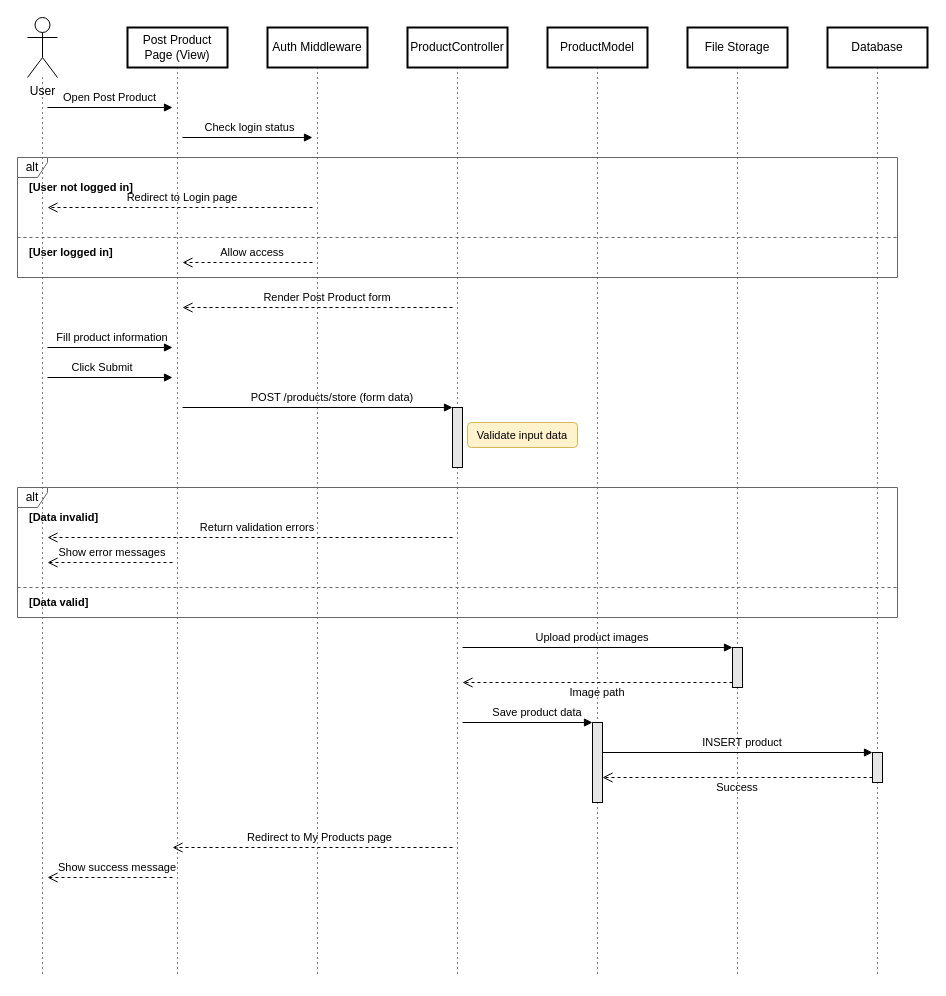
tdat-dev/UniMarket keeps this draw.io diagram as docs/diagrams/product_create_sequence_diagram.drawio. Above is the earlier version. Source tidied: cells renumbered, new cells numbered last; positions are measured from the earlier drawing's top-left corner, leaving out a move shared by most shapes. Both pictures are drawn from the tidied source at 100%, with x=0, y=0 at pixel (17, 17).
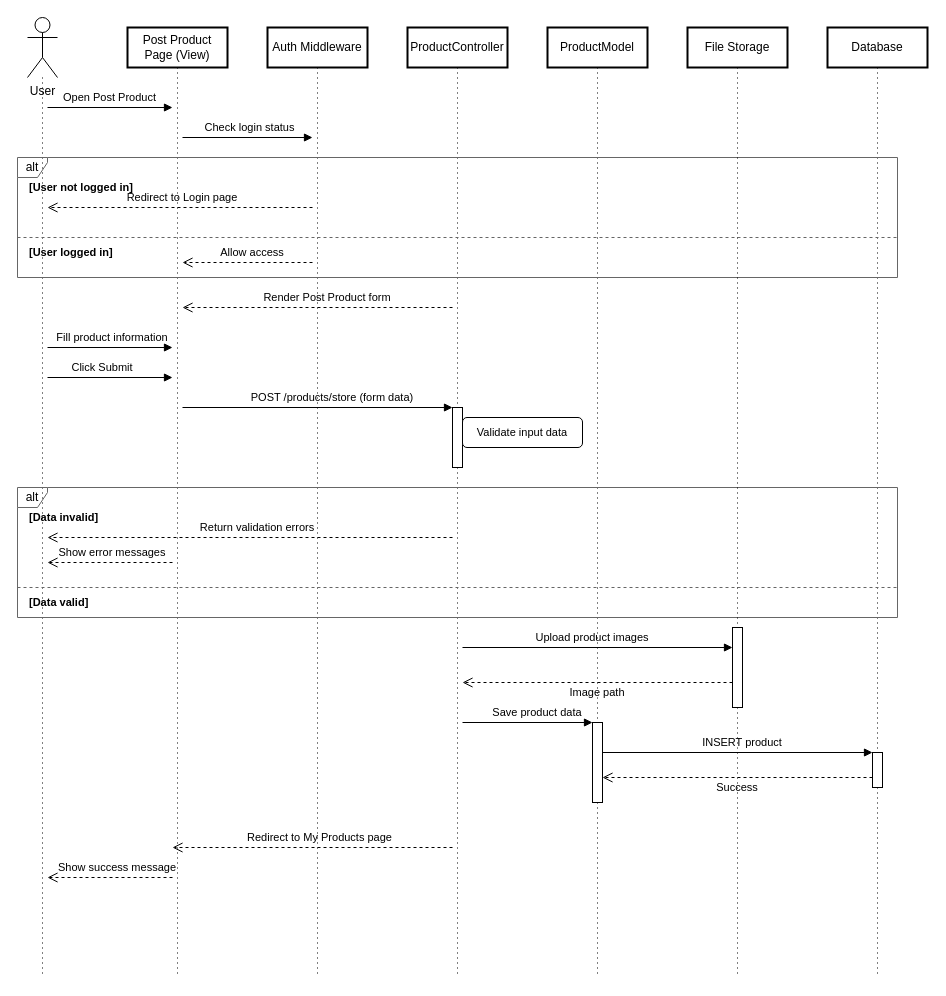
Above is the later version.

Diff of the diagram source:
```diff
@@
-    <mxCell id="14" style="endArrow=none;dashed=1;html=1;dashPattern=1 4;strokeWidth=1;" parent="1" edge="1">
+    <mxCell id="14" style="endArrow=none;dashed=1;html=1;dashPattern=1 4;strokeWidth=1;" parent="1" edge="1" source="66">
       <mxGeometry relative="1" as="geometry">
-        <mxPoint x="720" y="50" as="sourcePoint" />
         <mxPoint x="720" y="960" as="targetPoint" />
       </mxGeometry>
     </mxCell>
@@
-    <mxCell id="37" value="Validate input data" style="text;html=1;align=center;verticalAlign=middle;whiteSpace=wrap;rounded=0;fontSize=11;fillColor=#fff2cc;strokeColor=#d6b656;rounded=1;" parent="1" vertex="1">
-      <mxGeometry x="450" y="405" width="110" height="25" as="geometry" />
-    </mxCell>
@@
-    <mxCell id="48" style="html=1;perimeter=orthogonalPerimeter;targetShapes=umlLifeline;newEdgeStyle={&quot;curved&quot;:0,&quot;rounded&quot;:0};fillColor=#E6E6E6;" parent="1" vertex="1">
-      <mxGeometry x="715" y="630" width="10" height="40" as="geometry" />
-    </mxCell>
@@
-    <mxCell id="53" style="html=1;perimeter=orthogonalPerimeter;targetShapes=umlLifeline;newEdgeStyle={&quot;curved&quot;:0,&quot;rounded&quot;:0};fillColor=#E6E6E6;" parent="1" vertex="1">
+    <mxCell id="53" style="html=1;targetShapes=umlLifeline;newEdgeStyle={&quot;curved&quot;:0,&quot;rounded&quot;:0};fillColor=#E6E6E6;perimeter=orthogonalPerimeter;" parent="1" vertex="1">
       <mxGeometry x="575" y="705" width="10" height="80" as="geometry" />
     </mxCell>
@@
+    <mxCell id="63" style="html=1;perimeter=orthogonalPerimeter;targetShapes=umlLifeline;newEdgeStyle={&quot;curved&quot;:0,&quot;rounded&quot;:0};" parent="1" vertex="1">
+      <mxGeometry x="435" y="390" width="10" height="60" as="geometry" />
+    </mxCell>
+    <mxCell id="64" style="html=1;perimeter=orthogonalPerimeter;targetShapes=umlLifeline;newEdgeStyle={&quot;curved&quot;:0,&quot;rounded&quot;:0};" parent="1" vertex="1">
+      <mxGeometry x="575" y="705" width="10" height="80" as="geometry" />
+    </mxCell>
+    <mxCell id="65" style="endArrow=none;dashed=1;html=1;dashPattern=1 4;strokeWidth=1;" parent="1" edge="1" target="66">
+      <mxGeometry relative="1" as="geometry">
+        <mxPoint x="720" y="50" as="sourcePoint" />
+      </mxGeometry>
+    </mxCell>
+    <mxCell id="66" style="html=1;points=[[0,0,0,0,5],[0,1,0,0,-5],[1,0,0,0,5],[1,1,0,0,-5]];perimeter=orthogonalPerimeter;outlineConnect=0;targetShapes=umlLifeline;portConstraint=eastwest;newEdgeStyle={&quot;curved&quot;:0,&quot;rounded&quot;:0};" parent="1" vertex="1">
+      <mxGeometry x="715" y="610" width="10" height="80" as="geometry" />
+    </mxCell>
+    <mxCell id="67" style="html=1;perimeter=orthogonalPerimeter;targetShapes=umlLifeline;newEdgeStyle={&quot;curved&quot;:0,&quot;rounded&quot;:0};" parent="1" vertex="1">
+      <mxGeometry x="855" y="735" width="10" height="35" as="geometry" />
+    </mxCell>
+    <mxCell id="37" value="&lt;span style=&quot;font-size: 11px;&quot;&gt;Validate input data&lt;/span&gt;" style="rounded=1;whiteSpace=wrap;html=1;" parent="1" vertex="1">
+      <mxGeometry x="445" y="400" width="120" height="30" as="geometry" />
+    </mxCell>
```
